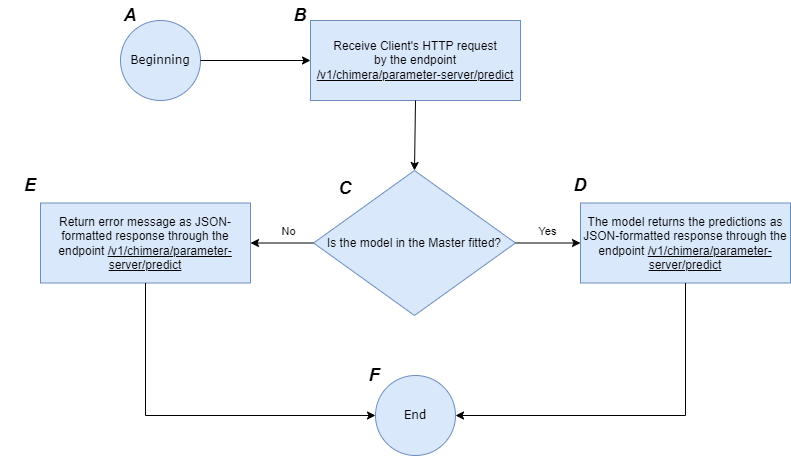
The draw.io diagram images/master/parameter_server_master_predict_state_machine_flowchart.png in Samirnunes/chimera, before a commit. Source tidied: cells renumbered, new cells last; positions are measured from the earlier drawing's top-left corner, leaving out a move shared by most shapes.
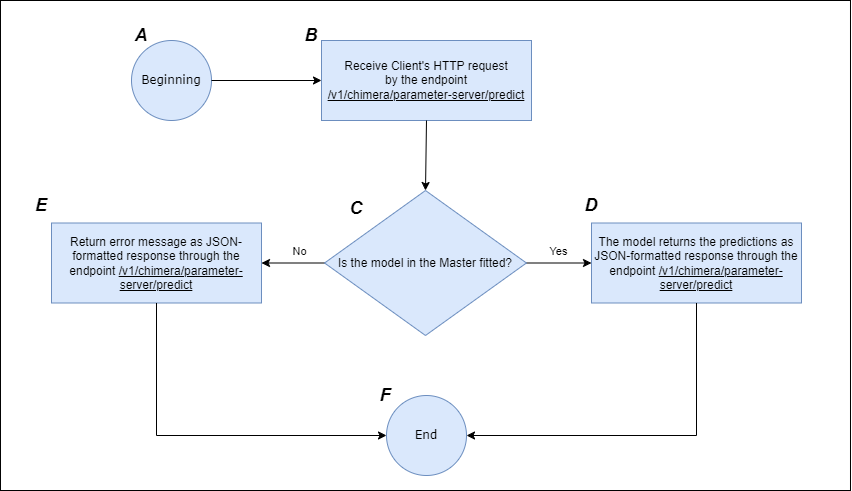
After the commit.

What changed in the source:
```diff
@@ -2,6 +2,9 @@
   <root>
     <mxCell id="0" />
     <mxCell id="1" parent="0" />
+    <mxCell id="22" style="rounded=0;whiteSpace=wrap;html=1;" parent="1" vertex="1">
+      <mxGeometry x="-11" y="-20" width="850" height="490" as="geometry" />
+    </mxCell>
     <mxCell id="2" value="&lt;font face=&quot;Verdana&quot;&gt;Beginning&lt;/font&gt;" style="ellipse;whiteSpace=wrap;html=1;fillColor=#dae8fc;strokeColor=#6c8ebf;" parent="1" vertex="1">
       <mxGeometry x="120" y="20" width="80" height="80" as="geometry" />
     </mxCell>
```
